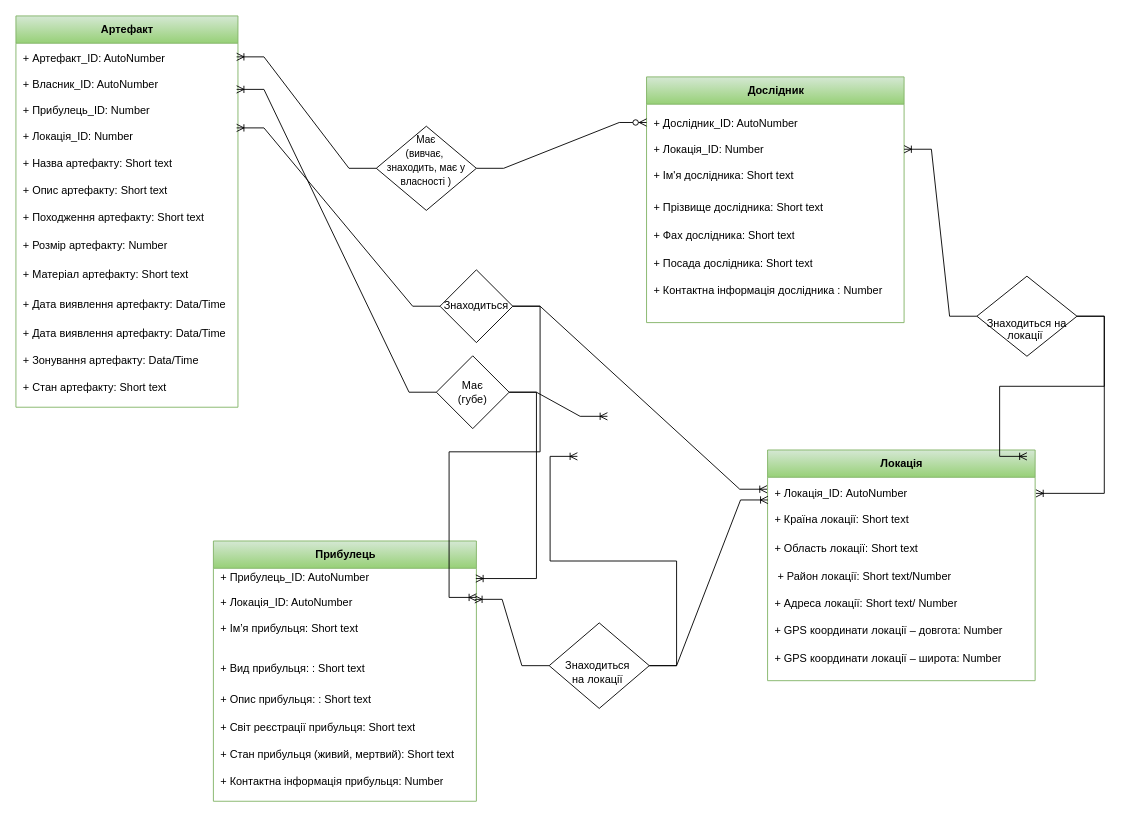
Before: page "Страница — 3" (3 of 3) of Диаграмма без названия.drawio in Varvara00/Varvara222-ER, a draw.io diagram. Source tidied: cells renumbered, new cells numbered last; positions are measured from the earlier drawing's top-left corner, leaving out a move shared by most shapes. Both pictures are drawn from the tidied source at 91%, with x=0, y=0 at pixel (15, 15).
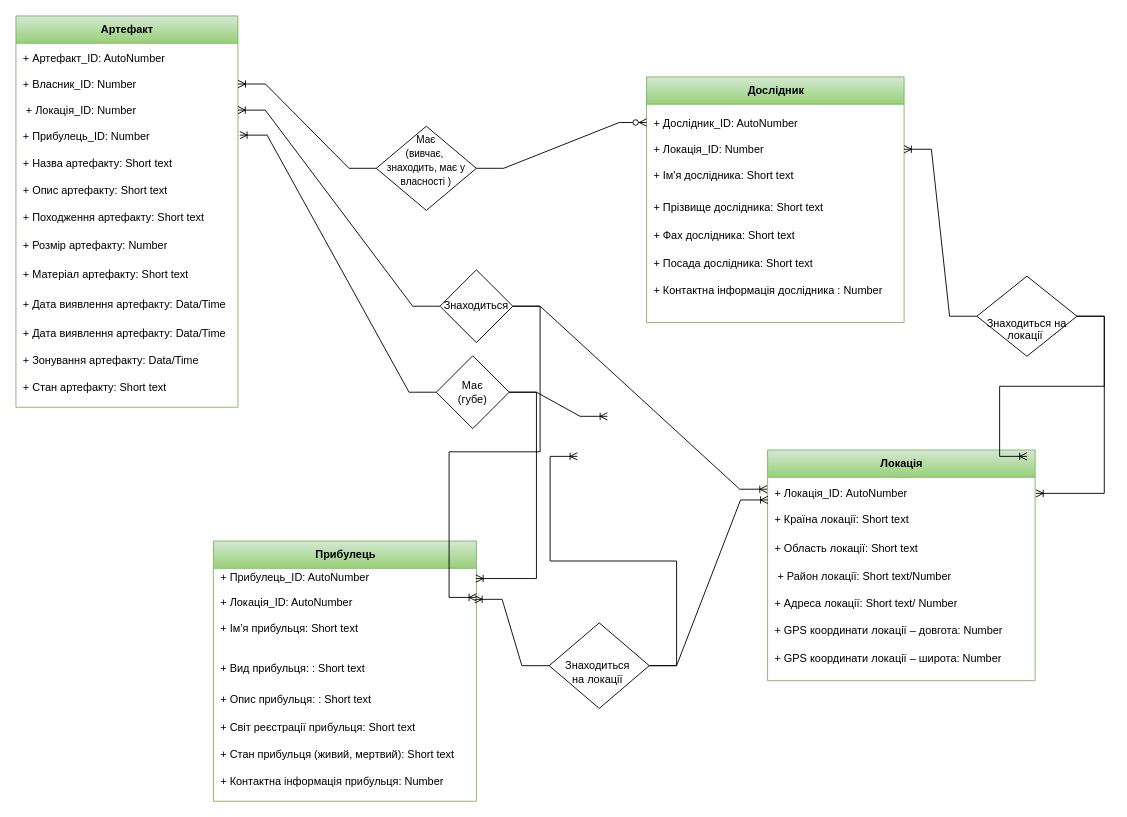
The same page after the edit.

Unchanged cells that the change refers to:
```xml
<mxCell id="3" style="shape=tableRow;horizontal=0;startSize=0;swimlaneHead=0;swimlaneBody=0;fillColor=none;points=[[0,0.5],[1,0.5]];portConstraint=eastwest;top=0;left=0;right=0;bottom=0;" parent="2" vertex="1">
  <mxGeometry y="30" width="244" height="147" as="geometry" />
</mxCell>
<mxCell id="63" value="&lt;div style=&quot;line-height: 15.6px;&quot;&gt;&lt;br class=&quot;Apple-interchange-newline&quot;&gt;Має&lt;/div&gt;&lt;div style=&quot;line-height: 15.6px;&quot;&gt;&lt;span style=&quot;background-color: initial;&quot;&gt;(губе)&lt;/span&gt;&lt;/div&gt;&lt;div style=&quot;line-height: 15.6px;&quot;&gt;&lt;br&gt;&lt;/div&gt;" style="rhombus;whiteSpace=wrap;html=1;" parent="1" vertex="1">
  <mxGeometry x="462" y="373.5" width="80" height="80" as="geometry" />
</mxCell>
<mxCell id="65" value="&lt;div style=&quot;line-height: 15.6px; font-size: 11px;&quot;&gt;&lt;font style=&quot;font-size: 11px;&quot;&gt;Має&lt;/font&gt;&lt;/div&gt;&lt;div style=&quot;line-height: 15.6px; font-size: 11px;&quot;&gt;&lt;span style=&quot;background-color: initial;&quot;&gt;&lt;font style=&quot;font-size: 11px;&quot;&gt;(вивчає,&amp;nbsp;&lt;/font&gt;&lt;/span&gt;&lt;/div&gt;&lt;div style=&quot;line-height: 15.6px; font-size: 11px;&quot;&gt;&lt;span style=&quot;background-color: initial;&quot;&gt;&lt;font style=&quot;font-size: 11px;&quot;&gt;знаходить, має у власності )&lt;/font&gt;&lt;/span&gt;&lt;/div&gt;&lt;div style=&quot;line-height: 15.6px; font-size: 11px;&quot;&gt;&lt;br&gt;&lt;/div&gt;" style="rhombus;whiteSpace=wrap;html=1;" parent="1" vertex="1">
  <mxGeometry x="396" y="121.2" width="110" height="92.5" as="geometry" />
</mxCell>
<mxCell id="67" value="Знаходиться" style="rhombus;whiteSpace=wrap;html=1;" parent="1" vertex="1">
  <mxGeometry x="466" y="279" width="80" height="80" as="geometry" />
</mxCell>
```

The edit, as a diff of the source:
```diff
@@
-    <mxCell id="4" value="&lt;div&gt;+ Артефакт_ID&lt;span style=&quot;background-color: initial;&quot;&gt;: AutoNumber&lt;/span&gt;&lt;/div&gt;&lt;div&gt;&lt;span style=&quot;background-color: initial;&quot;&gt;&lt;br&gt;&lt;/span&gt;&lt;/div&gt;&lt;div&gt;+ Власник_ID&lt;span style=&quot;background-color: initial;&quot;&gt;: AutoNumber&lt;/span&gt;&lt;/div&gt;&lt;div&gt;&lt;br&gt;&lt;/div&gt;&lt;div&gt;&lt;span style=&quot;text-align: center; text-wrap: nowrap;&quot;&gt;+ Прибулець_ID:&lt;/span&gt;&lt;span style=&quot;background-color: initial;&quot;&gt;&amp;nbsp;Number&lt;/span&gt;&lt;/div&gt;&lt;div&gt;&lt;span style=&quot;background-color: initial;&quot;&gt;&lt;br&gt;&lt;/span&gt;&lt;/div&gt;&lt;div&gt;&lt;span style=&quot;text-wrap: nowrap; text-align: center;&quot;&gt;+ Локація_&lt;/span&gt;ID:&lt;span style=&quot;background-color: initial;&quot;&gt;&amp;nbsp;Number&lt;/span&gt;&lt;/div&gt;&lt;div&gt;&lt;br&gt;&lt;/div&gt;+ Назва артефакту: Short text" style="shape=partialRectangle;fillColor=none;top=0;left=0;bottom=0;right=0;align=left;spacingLeft=6;overflow=hidden;whiteSpace=wrap;html=1;" parent="3" vertex="1">
+    <mxCell id="4" value="&lt;div&gt;+ Артефакт_ID&lt;span style=&quot;background-color: initial;&quot;&gt;: AutoNumber&lt;/span&gt;&lt;/div&gt;&lt;div&gt;&lt;span style=&quot;background-color: initial;&quot;&gt;&lt;br&gt;&lt;/span&gt;&lt;/div&gt;&lt;div&gt;+ Власник_ID&lt;span style=&quot;background-color: initial;&quot;&gt;: Number&lt;/span&gt;&lt;/div&gt;&lt;div&gt;&lt;br&gt;&lt;/div&gt;&lt;div&gt;&lt;span style=&quot;background-color: initial; text-wrap: nowrap; text-align: center;&quot;&gt;&amp;nbsp;+ Локація_&lt;/span&gt;&lt;span style=&quot;background-color: initial;&quot;&gt;ID:&lt;/span&gt;&lt;span style=&quot;background-color: initial;&quot;&gt;&amp;nbsp;Number&lt;/span&gt;&lt;/div&gt;&lt;div&gt;&lt;br&gt;&lt;/div&gt;&lt;div&gt;&lt;span style=&quot;text-wrap: nowrap; text-align: center;&quot;&gt;+ Прибулець_ID:&lt;/span&gt;&lt;span style=&quot;background-color: initial;&quot;&gt;&amp;nbsp;Number&lt;/span&gt;&lt;br&gt;&lt;/div&gt;&lt;div&gt;&lt;br&gt;&lt;/div&gt;+ Назва артефакту: Short text" style="shape=partialRectangle;fillColor=none;top=0;left=0;bottom=0;right=0;align=left;spacingLeft=6;overflow=hidden;whiteSpace=wrap;html=1;" parent="3" vertex="1">
       <mxGeometry width="244" height="147" as="geometry" />
     </mxCell>
@@
-    <mxCell id="58" style="edgeStyle=entityRelationEdgeStyle;fontSize=12;html=1;endArrow=ERoneToMany;startArrow=none;rounded=0;exitX=0;exitY=0.5;exitDx=0;exitDy=0;entryX=0.994;entryY=0.102;entryDx=0;entryDy=0;entryPerimeter=0;startFill=0;" parent="1" edge="1" source="65" target="3">
+    <mxCell id="58" style="edgeStyle=entityRelationEdgeStyle;fontSize=12;html=1;endArrow=ERoneToMany;startArrow=none;rounded=0;exitX=0;exitY=0.5;exitDx=0;exitDy=0;startFill=0;entryX=1.001;entryY=0.305;entryDx=0;entryDy=0;entryPerimeter=0;" parent="1" edge="1" source="65" target="3">
       <mxGeometry relative="1" as="geometry">
         <Array as="points">
           <mxPoint x="246" y="57" />
         </Array>
       </mxGeometry>
     </mxCell>
@@
-    <mxCell id="62" style="edgeStyle=entityRelationEdgeStyle;fontSize=12;html=1;endArrow=none;startArrow=ERoneToMany;rounded=0;exitX=0.994;exitY=0.345;exitDx=0;exitDy=0;exitPerimeter=0;endFill=0;" parent="1" edge="1" source="3" target="63">
-      <mxGeometry relative="1" as="geometry" />
+    <mxCell id="62" style="edgeStyle=entityRelationEdgeStyle;fontSize=12;html=1;endArrow=none;startArrow=ERoneToMany;rounded=0;endFill=0;" parent="1" edge="1" target="63">
+      <mxGeometry relative="1" as="geometry">
+        <mxPoint x="246" y="131" as="sourcePoint" />
+      </mxGeometry>
     </mxCell>
@@
-    <mxCell id="66" style="edgeStyle=entityRelationEdgeStyle;fontSize=12;html=1;endArrow=none;startArrow=ERoneToMany;rounded=0;exitX=0.994;exitY=0.633;exitDx=0;exitDy=0;exitPerimeter=0;entryX=0;entryY=0.5;entryDx=0;entryDy=0;endFill=0;" parent="1" edge="1" source="3" target="67">
+    <mxCell id="66" style="edgeStyle=entityRelationEdgeStyle;fontSize=12;html=1;endArrow=none;startArrow=ERoneToMany;rounded=0;entryX=0;entryY=0.5;entryDx=0;entryDy=0;endFill=0;exitX=1;exitY=0.5;exitDx=0;exitDy=0;" parent="1" edge="1" source="3" target="67">
       <mxGeometry relative="1" as="geometry" />
     </mxCell>
```
